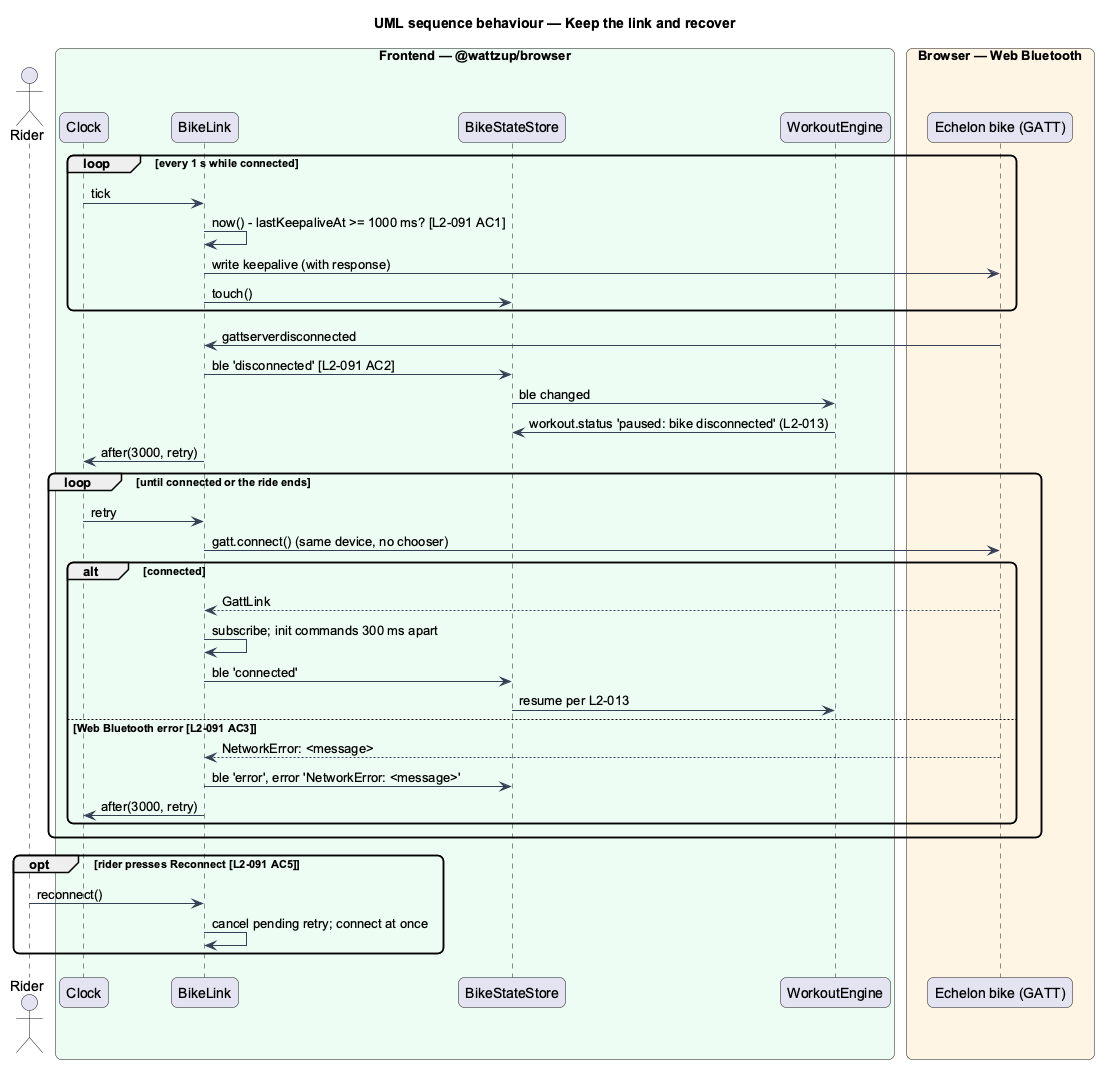
Above: docs/detailed-designs/bike-connectivity/connect-the-bike/diagrams/sequence-keepalive-and-recovery.png in QuinntyneBrown/ride-one (PlantUML), before the change. Its source is kept beside it as docs/detailed-designs/bike-connectivity/connect-the-bike/diagrams/sequence-keepalive-and-recovery.puml.
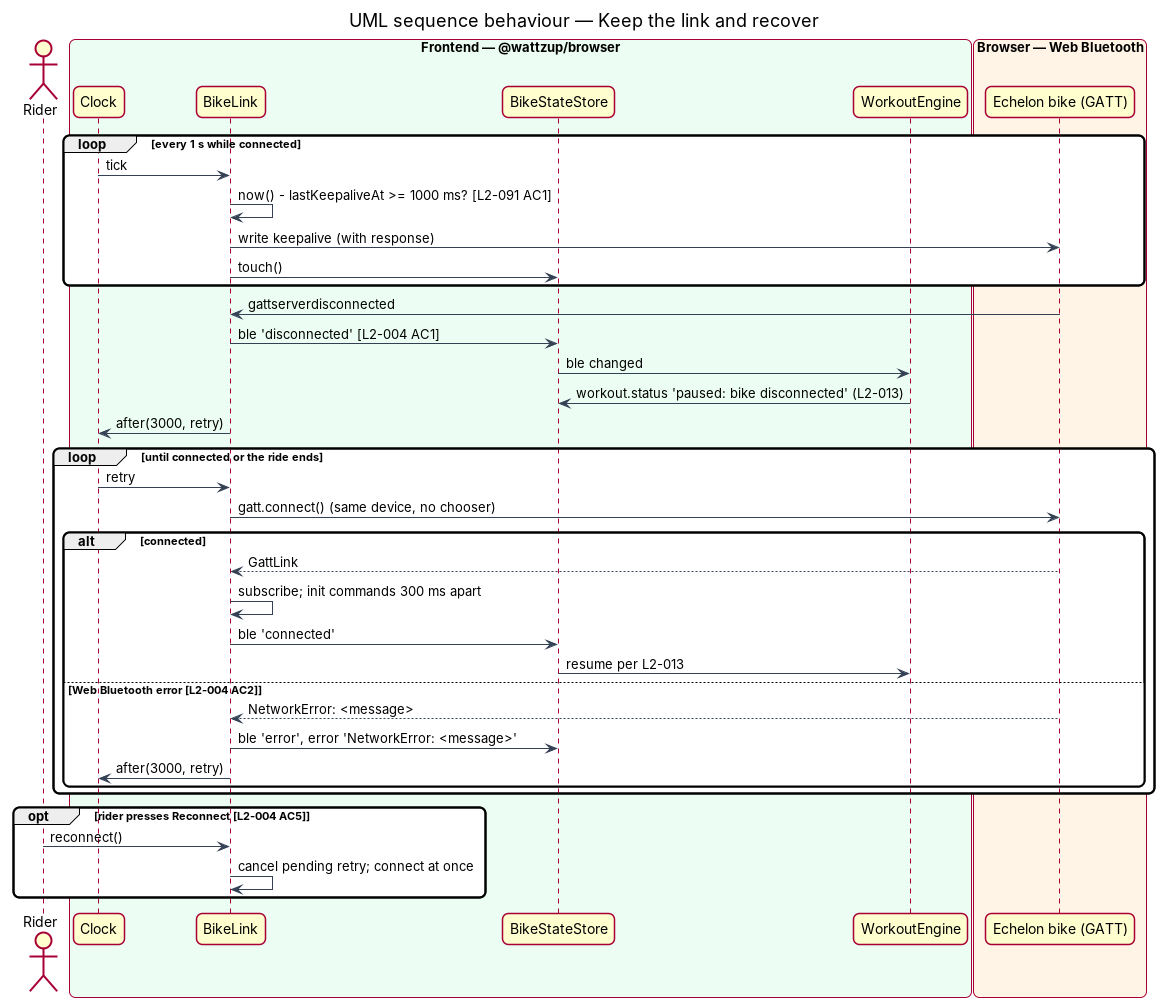
After the change.

Diff of the diagram source:
```diff
@@ -23,7 +23,7 @@
   link -> store : touch()
 end
 bike -> link : gattserverdisconnected
-link -> store : ble 'disconnected' [L2-091 AC2]
+link -> store : ble 'disconnected' [L2-004 AC1]
 store -> engine : ble changed
 engine -> store : workout.status 'paused: bike disconnected' (L2-013)
 link -> clock : after(3000, retry)
@@ -35,13 +35,13 @@
     link -> link : subscribe; init commands 300 ms apart
     link -> store : ble 'connected'
     store -> engine : resume per L2-013
-  else Web Bluetooth error [L2-091 AC3]
+  else Web Bluetooth error [L2-004 AC2]
     bike --> link : NetworkError: <message>
     link -> store : ble 'error', error 'NetworkError: <message>'
     link -> clock : after(3000, retry)
   end
 end
-opt rider presses Reconnect [L2-091 AC5]
+opt rider presses Reconnect [L2-004 AC5]
   rider -> link : reconnect()
   link -> link : cancel pending retry; connect at once
 end
```
